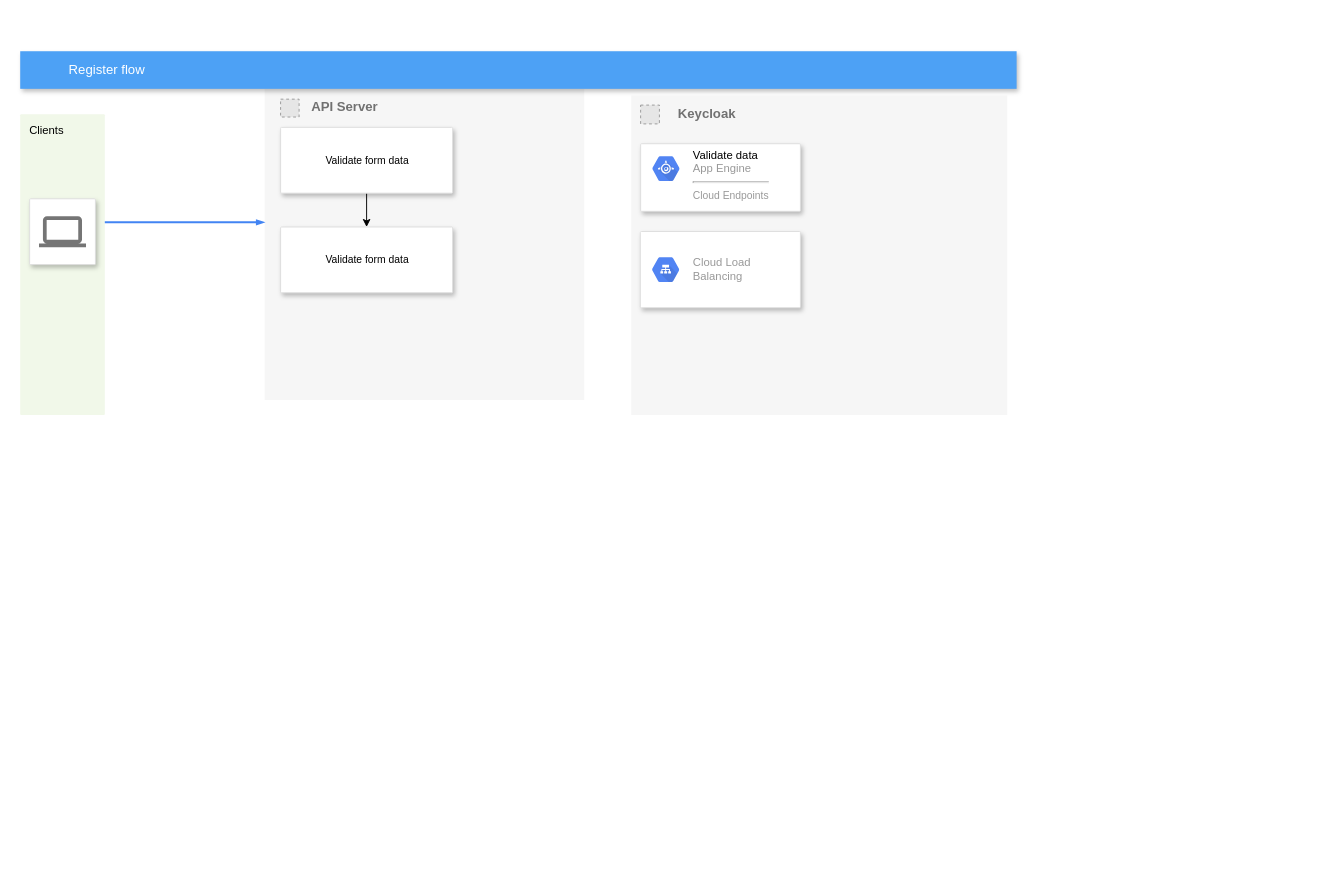
Earlier version of the draw.io diagram diagrams/Untitled Diagram.drawio (koldunb/draw-io). Source tidied: cells renumbered, new cells numbered last; positions are measured from the earlier drawing's top-left corner, leaving out a move shared by most shapes. Both pictures are drawn from the tidied source at 94%, with x=0, y=0 at pixel (20, 51). Pictures stored in the file or linked from it are replaced by grey dashed boxes.
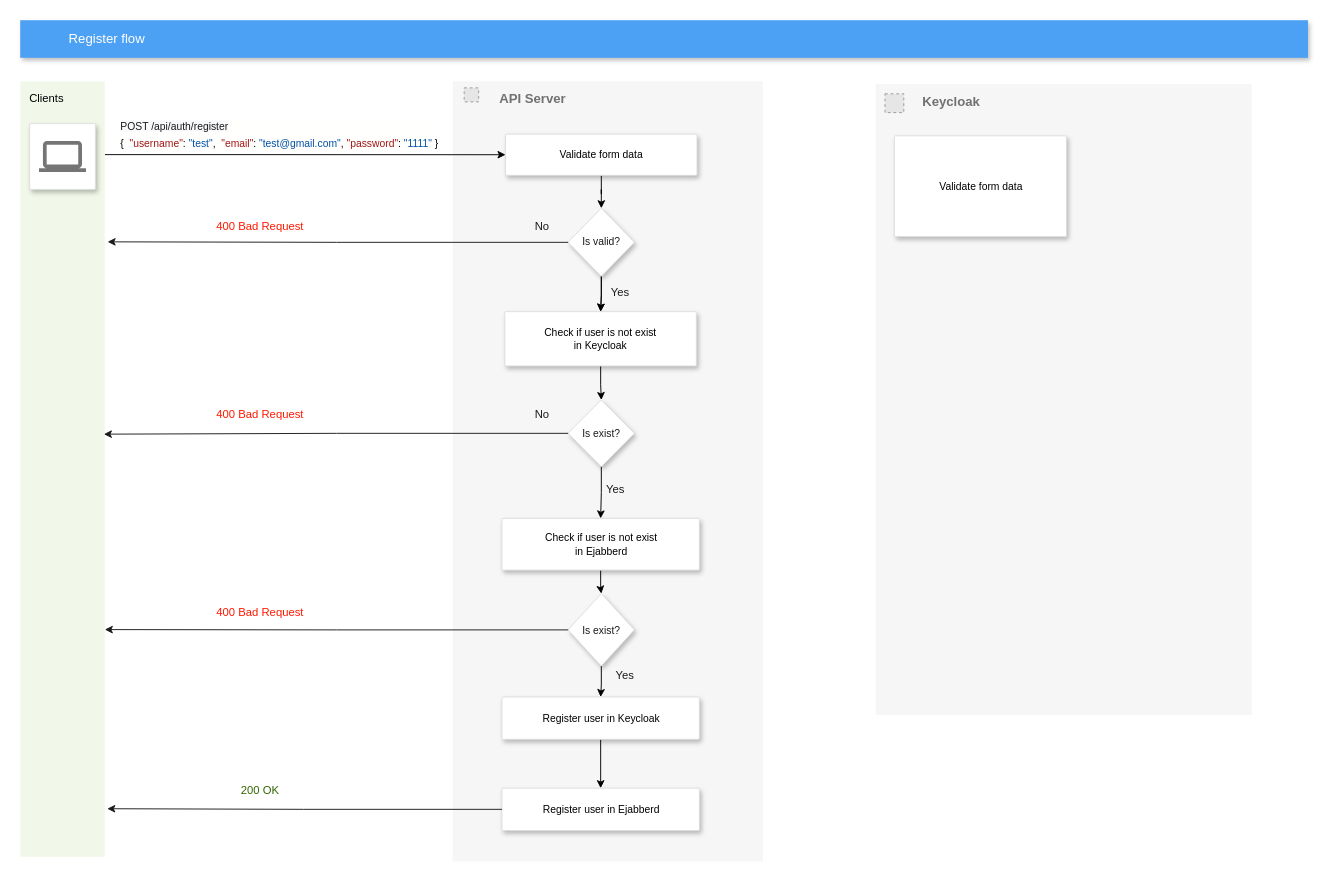
Above is the later version.

The edit, as a diff of the source:
```diff
@@
     <mxCell id="2" value="&lt;b&gt;API Server&amp;nbsp;&lt;/b&gt;" style="fillColor=#F6F6F6;strokeColor=none;shadow=0;gradientColor=none;fontSize=14;align=left;spacing=10;fontColor=#717171;9E9E9E;verticalAlign=top;spacingTop=-4;fontStyle=0;spacingLeft=40;html=1;" parent="1" vertex="1">
-      <mxGeometry x="260" y="40" width="340" height="331" as="geometry" />
+      <mxGeometry x="460" y="32" width="330" height="830" as="geometry" />
     </mxCell>
     <mxCell id="3" style="fillColor=#E6E6E6;strokeColor=#999999;dashed=1;verticalLabelPosition=bottom;verticalAlign=top;" parent="2" vertex="1">
-      <mxGeometry x="17" y="11" width="19.7" height="19" as="geometry" />
+      <mxGeometry x="12.3" y="7" width="15.4" height="14.9" as="geometry" />
     </mxCell>
-    <mxCell id="4" style="edgeStyle=orthogonalEdgeStyle;rounded=0;jettySize=auto;html=1;exitX=0.5;exitY=1;exitDx=0;exitDy=0;entryX=0.5;entryY=0;entryDx=0;entryDy=0;fontColor=#000000;" parent="2" edge="1" source="5" target="6">
-      <mxGeometry relative="1" as="geometry" />
-    </mxCell>
+    <mxCell id="18" style="edgeStyle=orthogonalEdgeStyle;rounded=0;jettySize=auto;html=1;fontColor=#1A1A1A;" parent="2" edge="1" source="5" target="24">
+      <mxGeometry relative="1" as="geometry" />
+    </mxCell>
     <mxCell id="5" value="&lt;font color=&quot;#000000&quot;&gt;Validate form data&lt;/font&gt;" style="strokeColor=#dddddd;fillColor=#ffffff;shadow=1;strokeWidth=1;rounded=1;absoluteArcSize=1;arcSize=2;fontSize=11;fontColor=#9E9E9E;align=center;html=1;" parent="2" vertex="1">
-      <mxGeometry x="17" y="41" width="183" height="70" as="geometry" />
+      <mxGeometry x="56.3" y="56.2" width="203.7" height="43.8" as="geometry" />
     </mxCell>
+    <mxCell id="19" style="edgeStyle=orthogonalEdgeStyle;rounded=0;jettySize=auto;html=1;fontSize=11;fontColor=#1A1A1A;" parent="2" edge="1" source="6" target="28">
+      <mxGeometry relative="1" as="geometry" />
+    </mxCell>
-    <mxCell id="6" value="&lt;font color=&quot;#000000&quot;&gt;Validate form data&lt;/font&gt;" style="strokeColor=#dddddd;fillColor=#ffffff;shadow=1;strokeWidth=1;rounded=1;absoluteArcSize=1;arcSize=2;fontSize=11;fontColor=#9E9E9E;align=center;html=1;" parent="2" vertex="1">
-      <mxGeometry x="17" y="147" width="183" height="70" as="geometry" />
+    <mxCell id="6" value="&lt;font color=&quot;#000000&quot;&gt;Check if user is not exist &lt;br&gt;in Keycloak&lt;/font&gt;" style="strokeColor=#dddddd;fillColor=#ffffff;shadow=1;strokeWidth=1;rounded=1;absoluteArcSize=1;arcSize=2;fontSize=11;fontColor=#9E9E9E;align=center;html=1;" parent="2" vertex="1">
+      <mxGeometry x="55.6" y="245" width="203.7" height="57.8" as="geometry" />
     </mxCell>
+    <mxCell id="20" style="edgeStyle=orthogonalEdgeStyle;rounded=0;jettySize=auto;html=1;fontSize=11;fontColor=#1A1A1A;" parent="2" edge="1" source="21" target="31">
+      <mxGeometry relative="1" as="geometry" />
+    </mxCell>
+    <mxCell id="21" value="&lt;span style=&quot;color: rgb(0 , 0 , 0)&quot;&gt;Check if user is not exist&lt;/span&gt;&lt;br style=&quot;color: rgb(0 , 0 , 0)&quot;&gt;&lt;span style=&quot;color: rgb(0 , 0 , 0)&quot;&gt;in Ejabberd&lt;/span&gt;" style="strokeColor=#dddddd;fillColor=#ffffff;shadow=1;strokeWidth=1;rounded=1;absoluteArcSize=1;arcSize=2;fontSize=11;fontColor=#9E9E9E;align=center;html=1;" parent="2" vertex="1">
+      <mxGeometry x="52.5" y="465" width="210" height="55" as="geometry" />
+    </mxCell>
+    <mxCell id="22" style="edgeStyle=orthogonalEdgeStyle;rounded=0;jettySize=auto;html=1;fontColor=#1A1A1A;" parent="2" edge="1" source="24" target="6">
+      <mxGeometry relative="1" as="geometry" />
+    </mxCell>
+    <mxCell id="23" style="edgeStyle=orthogonalEdgeStyle;rounded=0;jettySize=auto;html=1;fontSize=8;fontColor=#1A1A1A;" parent="2" edge="1" source="24" target="6">
+      <mxGeometry relative="1" as="geometry" />
+    </mxCell>
+    <mxCell id="24" value="&lt;font color=&quot;#1a1a1a&quot;&gt;Is valid?&lt;/font&gt;" style="rhombus;whiteSpace=wrap;html=1;fontSize=11;fillColor=#ffffff;strokeColor=#dddddd;fontColor=#9E9E9E;shadow=1;strokeWidth=1;rounded=1;arcSize=2;" parent="2" vertex="1">
+      <mxGeometry x="122.9" y="135" width="70.5" height="72.5" as="geometry" />
+    </mxCell>
+    <mxCell id="25" value="Yes" style="text;html=1;align=center;verticalAlign=middle;fillColor=none;strokeColor=none;rounded=0;fontColor=#1A1A1A;" parent="2" vertex="1">
+      <mxGeometry x="157.9" y="215" width="40" height="20" as="geometry" />
+    </mxCell>
+    <mxCell id="26" value="No" style="text;html=1;align=center;verticalAlign=middle;fillColor=none;strokeColor=none;rounded=0;fontColor=#1A1A1A;" parent="2" vertex="1">
+      <mxGeometry x="80" y="145" width="30" height="20" as="geometry" />
+    </mxCell>
+    <mxCell id="27" style="edgeStyle=orthogonalEdgeStyle;rounded=0;jettySize=auto;html=1;fontSize=11;fontColor=#1A1A1A;" parent="2" edge="1" source="28" target="21">
+      <mxGeometry relative="1" as="geometry" />
+    </mxCell>
+    <mxCell id="28" value="&lt;font color=&quot;#1a1a1a&quot;&gt;Is exist?&lt;/font&gt;" style="rhombus;whiteSpace=wrap;html=1;fontSize=11;fillColor=#ffffff;strokeColor=#dddddd;fontColor=#9E9E9E;shadow=1;strokeWidth=1;rounded=1;arcSize=2;" parent="2" vertex="1">
+      <mxGeometry x="122.9" y="339" width="70.5" height="71" as="geometry" />
+    </mxCell>
+    <mxCell id="29" value="Yes" style="text;html=1;align=center;verticalAlign=middle;fillColor=none;strokeColor=none;rounded=0;fontColor=#1A1A1A;" parent="2" vertex="1">
+      <mxGeometry x="153.4" y="425" width="40" height="20" as="geometry" />
+    </mxCell>
+    <mxCell id="30" style="edgeStyle=orthogonalEdgeStyle;rounded=0;jettySize=auto;html=1;fontSize=11;fontColor=#1A1A1A;" parent="2" edge="1" source="31" target="33">
+      <mxGeometry relative="1" as="geometry" />
+    </mxCell>
+    <mxCell id="31" value="&lt;font color=&quot;#1a1a1a&quot;&gt;Is exist?&lt;/font&gt;" style="rhombus;whiteSpace=wrap;html=1;fontSize=11;fillColor=#ffffff;strokeColor=#dddddd;fontColor=#9E9E9E;shadow=1;strokeWidth=1;rounded=1;arcSize=2;" parent="2" vertex="1">
+      <mxGeometry x="122.9" y="545" width="70.5" height="77.1" as="geometry" />
+    </mxCell>
+    <mxCell id="32" style="edgeStyle=orthogonalEdgeStyle;rounded=0;jettySize=auto;html=1;fontSize=11;fontColor=#1A1A1A;" parent="2" edge="1" source="33" target="34">
+      <mxGeometry relative="1" as="geometry" />
+    </mxCell>
+    <mxCell id="33" value="&lt;font color=&quot;#000000&quot;&gt;Register user in Keycloak&lt;/font&gt;" style="strokeColor=#dddddd;fillColor=#ffffff;shadow=1;strokeWidth=1;rounded=1;absoluteArcSize=1;arcSize=2;fontSize=11;fontColor=#9E9E9E;align=center;html=1;" parent="2" vertex="1">
+      <mxGeometry x="52.5" y="655" width="210" height="45" as="geometry" />
+    </mxCell>
+    <mxCell id="34" value="&lt;font color=&quot;#000000&quot;&gt;Register user in Ejabberd&lt;/font&gt;" style="strokeColor=#dddddd;fillColor=#ffffff;shadow=1;strokeWidth=1;rounded=1;absoluteArcSize=1;arcSize=2;fontSize=11;fontColor=#9E9E9E;align=center;html=1;" parent="2" vertex="1">
+      <mxGeometry x="52.5" y="752" width="210" height="45" as="geometry" />
+    </mxCell>
+    <mxCell id="35" value="No" style="text;html=1;align=center;verticalAlign=middle;fillColor=none;strokeColor=none;rounded=0;fontColor=#1A1A1A;" parent="2" vertex="1">
+      <mxGeometry x="80" y="345" width="30" height="20" as="geometry" />
+    </mxCell>
+    <mxCell id="36" value="Yes" style="text;html=1;align=center;verticalAlign=middle;fillColor=none;strokeColor=none;rounded=0;fontColor=#1A1A1A;" parent="2" vertex="1">
+      <mxGeometry x="163.4" y="622.1" width="40" height="20" as="geometry" />
+    </mxCell>
+    <mxCell id="37" style="edgeStyle=orthogonalEdgeStyle;rounded=0;jettySize=auto;html=1;entryX=0;entryY=0.5;entryDx=0;entryDy=0;fillColor=#0050ef;strokeColor=#000000;" parent="1" edge="1" source="7" target="5">
+      <mxGeometry relative="1" as="geometry">
+        <Array as="points">
+          <mxPoint x="220" y="110" />
+          <mxPoint x="220" y="110" />
+        </Array>
+      </mxGeometry>
+    </mxCell>
-    <mxCell id="7" value="&lt;font color=&quot;#000000&quot;&gt;Clients&lt;/font&gt;" style="rounded=1;absoluteArcSize=1;arcSize=2;html=1;strokeColor=none;gradientColor=none;shadow=0;dashed=0;fontSize=12;fontColor=#9E9E9E;align=left;verticalAlign=top;spacing=10;spacingTop=-4;fillColor=#F1F8E9;" parent="1" vertex="1">
-      <mxGeometry y="67" width="90" height="320" as="geometry" />
+    <mxCell id="7" value="&lt;font color=&quot;#000000&quot;&gt;Clients&lt;/font&gt;" style="rounded=1;absoluteArcSize=1;arcSize=0;html=1;strokeColor=none;gradientColor=none;shadow=0;dashed=0;fontSize=12;fontColor=#9E9E9E;align=left;verticalAlign=top;spacing=10;spacingTop=-4;fillColor=#F1F8E9;" parent="1" vertex="1">
+      <mxGeometry y="32" width="90" height="825" as="geometry" />
     </mxCell>
     <mxCell id="8" value="Register flow" style="fillColor=#4DA1F5;strokeColor=none;shadow=1;gradientColor=none;fontSize=14;align=left;spacingLeft=50;fontColor=#ffffff;html=1;" parent="1" vertex="1">
-      <mxGeometry width="1060" height="40" as="geometry" />
+      <mxGeometry y="-33" width="1370" height="40" as="geometry" />
     </mxCell>
-    <mxCell id="9" style="edgeStyle=orthogonalEdgeStyle;rounded=0;elbow=vertical;html=1;labelBackgroundColor=none;startFill=1;startSize=4;endArrow=blockThin;endFill=1;endSize=4;jettySize=auto;strokeColor=#4284F3;strokeWidth=2;fontSize=12;fontColor=#000000;align=left;dashed=0;" parent="1" edge="1" source="7" target="2">
-      <mxGeometry relative="1" as="geometry">
-        <Array as="points">
-          <mxPoint x="220" y="182" />
-          <mxPoint x="220" y="182" />
-        </Array>
-      </mxGeometry>
-    </mxCell>
     <mxCell id="10" style="strokeColor=#dddddd;fillColor=#ffffff;shadow=1;strokeWidth=1;rounded=1;absoluteArcSize=1;arcSize=2;labelPosition=center;verticalLabelPosition=middle;align=center;verticalAlign=bottom;spacingLeft=0;fontColor=#999999;fontSize=12;whiteSpace=wrap;spacingBottom=2;html=1;" parent="1" vertex="1">
-      <mxGeometry x="10" y="157" width="70" height="70" as="geometry" />
+      <mxGeometry x="10" y="77" width="70" height="70" as="geometry" />
     </mxCell>
@@
     <mxCell id="12" value="&lt;b&gt;Keycloak&lt;/b&gt;" style="fillColor=#F6F6F6;strokeColor=none;shadow=0;gradientColor=none;fontSize=14;align=left;spacing=10;fontColor=#717171;9E9E9E;verticalAlign=top;spacingTop=-4;fontStyle=0;spacingLeft=40;html=1;" parent="1" vertex="1">
-      <mxGeometry x="650" y="47" width="400" height="340" as="geometry" />
+      <mxGeometry x="910" y="35" width="400" height="671" as="geometry" />
     </mxCell>
-    <mxCell id="13" style="strokeColor=#dddddd;fillColor=#ffffff;shadow=1;strokeWidth=1;rounded=1;absoluteArcSize=1;arcSize=2;fontSize=11;fontColor=#9E9E9E;align=center;html=1;" parent="12" vertex="1">
-      <mxGeometry x="10" y="51.4" width="170" height="71.9" as="geometry" />
-    </mxCell>
-    <mxCell id="14" value="&lt;font color=&quot;#000000&quot;&gt;Validate data&lt;/font&gt;&lt;br&gt;App Engine&lt;hr&gt;&lt;font style=&quot;font-size: 11px&quot;&gt;Cloud Endpoints&lt;/font&gt;" style="dashed=0;html=1;fillColor=#5184F3;strokeColor=none;shape=mxgraph.gcp2.hexIcon;prIcon=app_engine;labelPosition=right;verticalLabelPosition=middle;align=left;verticalAlign=top;spacingLeft=5;fontColor=#999999;fontSize=12;spacingTop=-8;" parent="13" vertex="1">
-      <mxGeometry width="44" height="39" relative="1" as="geometry">
-        <mxPoint x="5" y="7" as="offset" />
-      </mxGeometry>
-    </mxCell>
-    <mxCell id="15" style="strokeColor=#dddddd;fillColor=#ffffff;shadow=1;strokeWidth=1;rounded=1;absoluteArcSize=1;arcSize=2;fontSize=11;fontColor=#9E9E9E;align=center;html=1;" parent="12" vertex="1">
-      <mxGeometry x="9.7" y="144.8" width="170.3" height="81.1" as="geometry" />
-    </mxCell>
-    <mxCell id="16" value="Cloud Load&#10;Balancing" style="dashed=0;html=1;fillColor=#5184F3;strokeColor=none;shape=mxgraph.gcp2.hexIcon;prIcon=cloud_load_balancing;labelPosition=right;verticalLabelPosition=middle;align=left;verticalAlign=middle;spacingLeft=5;fontColor=#999999;fontSize=12;" parent="15" vertex="1">
-      <mxGeometry y="0.5" width="44" height="39" relative="1" as="geometry">
-        <mxPoint x="5" y="-19.5" as="offset" />
-      </mxGeometry>
-    </mxCell>
@@
+    <mxCell id="38" value="&lt;font color=&quot;#000000&quot;&gt;Validate form data&lt;/font&gt;" style="strokeColor=#dddddd;fillColor=#ffffff;shadow=1;strokeWidth=1;rounded=1;absoluteArcSize=1;arcSize=2;fontSize=11;fontColor=#9E9E9E;align=center;html=1;" parent="12" vertex="1">
+      <mxGeometry x="20" y="55" width="183" height="107.2" as="geometry" />
+    </mxCell>
+    <mxCell id="39" value="400 Bad Request" style="text;html=1;align=center;verticalAlign=middle;fillColor=default;fontColor=#FF1900;" parent="1" vertex="1">
+      <mxGeometry x="200" y="177" width="110" height="20" as="geometry" />
+    </mxCell>
+    <mxCell id="40" value="&lt;div style=&quot;background-color: rgb(255 , 255 , 254) ; line-height: 18px ; font-size: 11px&quot;&gt;&lt;div style=&quot;font-size: 11px&quot;&gt;&lt;span style=&quot;font-size: 11px ; text-align: center ; background-color: rgb(248 , 249 , 250)&quot;&gt;&lt;font color=&quot;#1a1a1a&quot; style=&quot;font-size: 11px&quot;&gt;POST /api/auth/register&lt;/font&gt;&lt;/span&gt;&lt;br style=&quot;font-size: 11px&quot;&gt;&lt;/div&gt;&lt;div style=&quot;color: rgb(0 , 0 , 0) ; font-size: 11px&quot;&gt;{&lt;span style=&quot;color: rgb(163 , 21 , 21) ; font-size: 11px&quot;&gt;&amp;nbsp; &quot;username&quot;&lt;/span&gt;: &lt;span style=&quot;color: rgb(4 , 81 , 165) ; font-size: 11px&quot;&gt;&quot;test&quot;&lt;/span&gt;,&amp;nbsp;&lt;span style=&quot;color: rgb(163 , 21 , 21) ; font-size: 11px&quot;&gt;&amp;nbsp;&quot;email&quot;&lt;/span&gt;: &lt;span style=&quot;color: rgb(4 , 81 , 165) ; font-size: 11px&quot;&gt;&quot;test@gmail.com&quot;&lt;/span&gt;,&amp;nbsp;&lt;span style=&quot;color: rgb(163 , 21 , 21) ; font-size: 11px&quot;&gt;&quot;password&quot;&lt;/span&gt;: &lt;span style=&quot;color: rgb(4 , 81 , 165) ; font-size: 11px&quot;&gt;&quot;1111&quot;&amp;nbsp;&lt;/span&gt;}&lt;/div&gt;&lt;/div&gt;" style="text;html=1;align=left;verticalAlign=middle;fontSize=11;" parent="1" vertex="1">
+      <mxGeometry x="105" y="68" width="350" height="40" as="geometry" />
+    </mxCell>
+    <mxCell id="41" style="edgeStyle=orthogonalEdgeStyle;rounded=0;jettySize=auto;html=1;entryX=1.033;entryY=0.207;entryDx=0;entryDy=0;entryPerimeter=0;fillColor=#e51400;strokeColor=#1A1A1A;" parent="1" edge="1" source="24" target="7">
+      <mxGeometry relative="1" as="geometry" />
+    </mxCell>
+    <mxCell id="42" style="edgeStyle=orthogonalEdgeStyle;rounded=0;jettySize=auto;html=1;entryX=0.989;entryY=0.455;entryDx=0;entryDy=0;entryPerimeter=0;strokeColor=#1A1A1A;" parent="1" edge="1" source="28" target="7">
+      <mxGeometry relative="1" as="geometry" />
+    </mxCell>
+    <mxCell id="43" value="400 Bad Request" style="text;html=1;align=center;verticalAlign=middle;fillColor=default;fontColor=#FF1900;" parent="1" vertex="1">
+      <mxGeometry x="200" y="377" width="110" height="20" as="geometry" />
+    </mxCell>
+    <mxCell id="44" style="edgeStyle=orthogonalEdgeStyle;rounded=0;jettySize=auto;html=1;entryX=1;entryY=0.707;entryDx=0;entryDy=0;entryPerimeter=0;strokeColor=#1A1A1A;" parent="1" edge="1" source="31" target="7">
+      <mxGeometry relative="1" as="geometry" />
+    </mxCell>
+    <mxCell id="45" value="400 Bad Request" style="text;html=1;align=center;verticalAlign=middle;fillColor=default;fontColor=#FF1900;" parent="1" vertex="1">
+      <mxGeometry x="200" y="587" width="110" height="20" as="geometry" />
+    </mxCell>
+    <mxCell id="46" style="edgeStyle=orthogonalEdgeStyle;rounded=0;jettySize=auto;html=1;entryX=1.029;entryY=0.938;entryDx=0;entryDy=0;entryPerimeter=0;strokeColor=#1A1A1A;" parent="1" edge="1" source="34" target="7">
+      <mxGeometry relative="1" as="geometry" />
+    </mxCell>
+    <mxCell id="47" value="200 OK" style="text;html=1;align=center;verticalAlign=middle;fillColor=default;fontColor=#336600;" parent="1" vertex="1">
+      <mxGeometry x="225" y="777" width="60" height="20" as="geometry" />
+    </mxCell>
```
